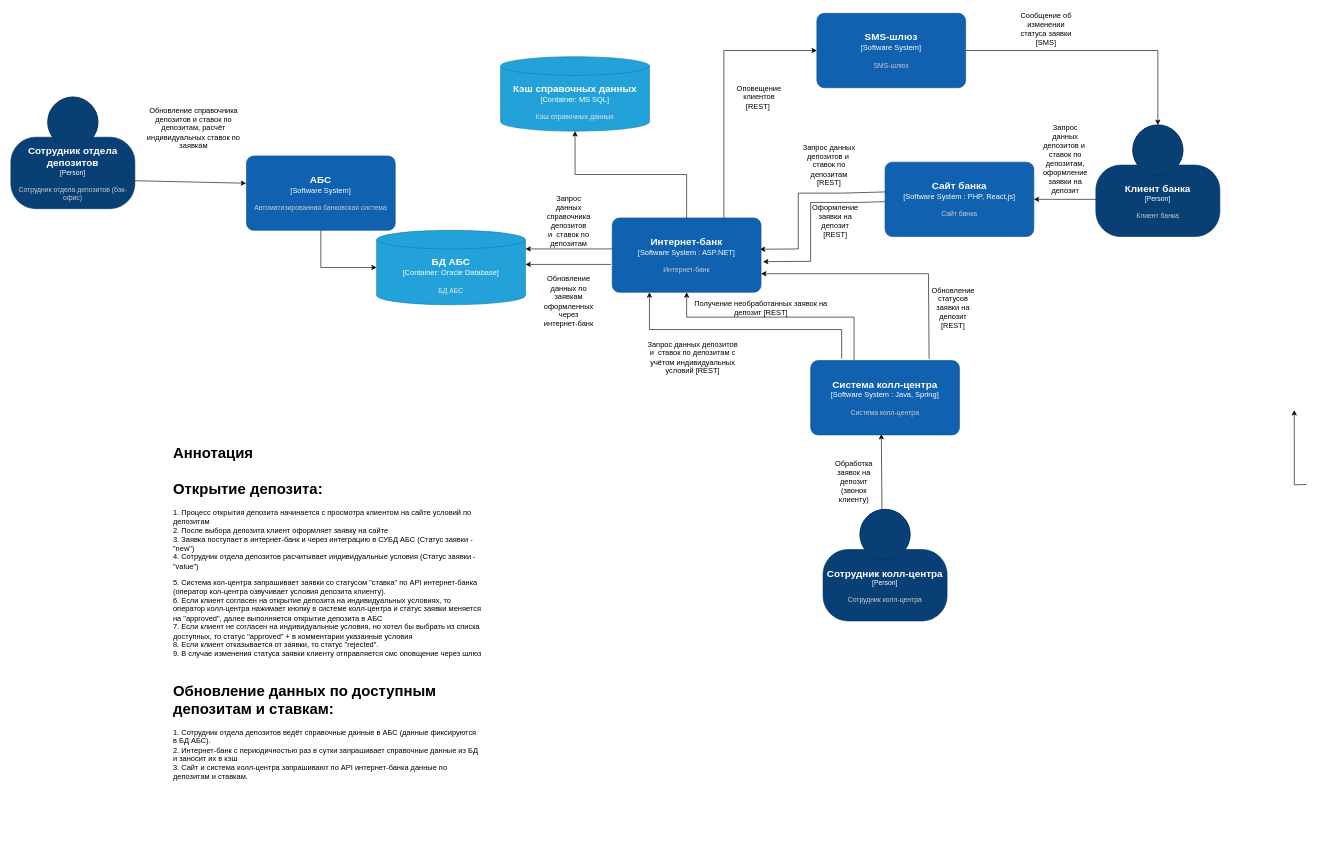
Before: Task3/Диаграмма контекста.drawio in Laborant90/architecture-standart, a draw.io diagram. Source tidied: cells renumbered, new cells numbered last; positions are measured from the earlier drawing's top-left corner, leaving out a move shared by most shapes. Both pictures are drawn from the tidied source at 62%, with x=0, y=0 at pixel (11, 13).
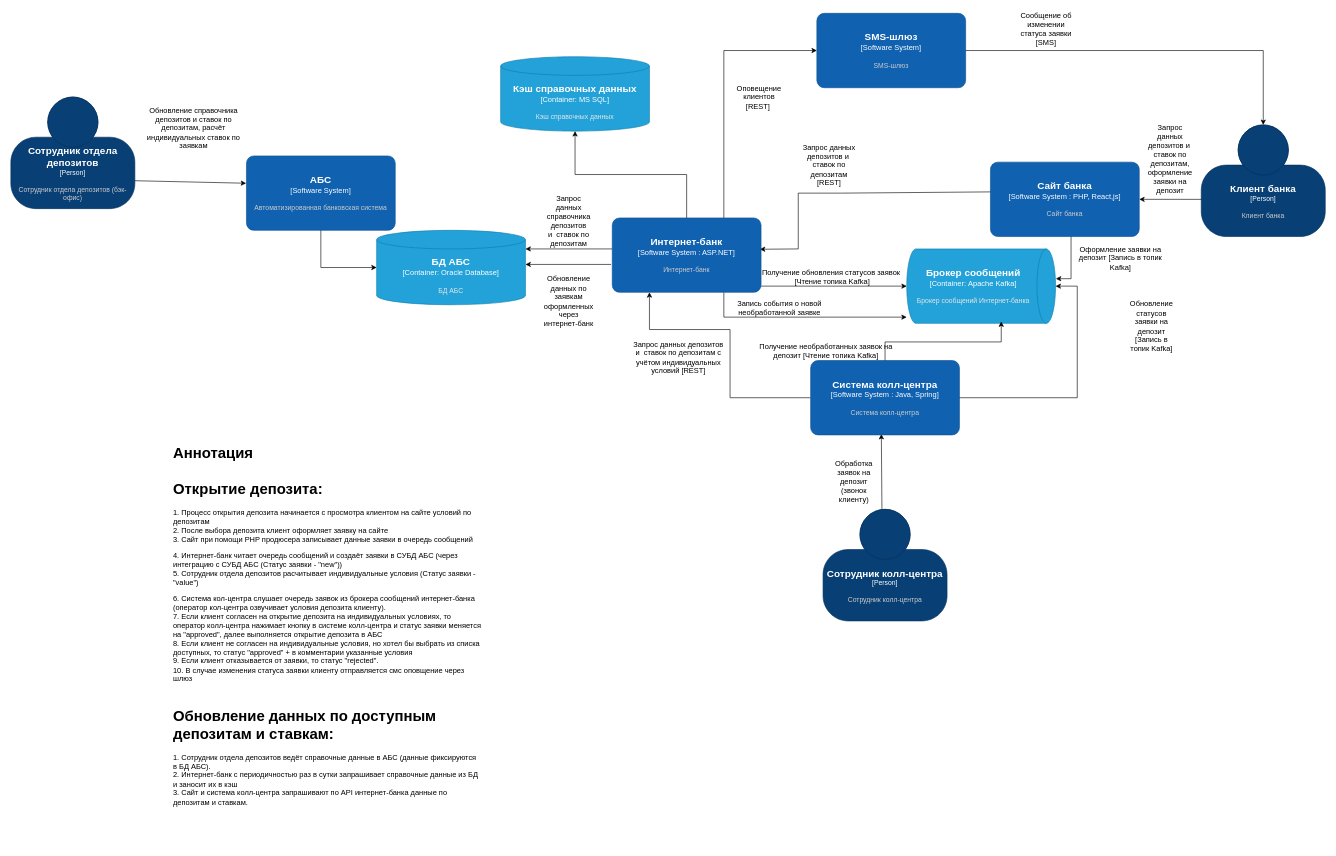
The same diagram, later.

Unchanged cells that the change refers to:
```xml
<object id="27" label="&lt;font style=&quot;font-size: 16px&quot;&gt;&lt;b&gt;%c4Name%&lt;/b&gt;&lt;/font&gt;&lt;div&gt;[%c4Type%]&lt;/div&gt;&lt;br&gt;&lt;div&gt;&lt;font style=&quot;font-size: 11px&quot;&gt;&lt;font color=&quot;#cccccc&quot;&gt;%c4Description%&lt;/font&gt;&lt;/div&gt;" c4Description="Интернет-банк" c4Name="Интернет-банк" c4Type="Software System : ASP.NET" placeholders="1">
  <mxCell style="rounded=1;whiteSpace=wrap;html=1;labelBackgroundColor=none;fillColor=#1061B0;fontColor=#ffffff;align=center;arcSize=10;strokeColor=#0D5091;points=[[0.25,0,0],[0.5,0,0],[0.75,0,0],[1,0.25,0],[1,0.5,0],[1,0.75,0],[0.75,1,0],[0.5,1,0],[0.25,1,0],[0,0.75,0],[0,0.5,0],[0,0.25,0]];" parent="1" vertex="1">
    <mxGeometry x="970" y="330" width="240" height="120" as="geometry" />
  </mxCell>
</object>
<object id="32" label="&lt;font style=&quot;font-size: 16px&quot;&gt;&lt;b&gt;%c4Name%&lt;/b&gt;&lt;/font&gt;&lt;div&gt;[%c4Type%]&lt;/div&gt;&lt;br&gt;&lt;div&gt;&lt;font style=&quot;font-size: 11px&quot;&gt;&lt;font color=&quot;#cccccc&quot;&gt;%c4Description%&lt;/font&gt;&lt;/div&gt;" c4Description="Система колл-центра" c4Name="Система колл-центра" c4Type="Software System : Java, Spring" placeholders="1">
  <mxCell style="rounded=1;whiteSpace=wrap;html=1;labelBackgroundColor=none;fillColor=#1061B0;fontColor=#ffffff;align=center;arcSize=10;strokeColor=#0D5091;points=[[0.25,0,0],[0.5,0,0],[0.75,0,0],[1,0.25,0],[1,0.5,0],[1,0.75,0],[0.75,1,0],[0.5,1,0],[0.25,1,0],[0,0.75,0],[0,0.5,0],[0,0.25,0]];" parent="1" vertex="1">
    <mxGeometry x="1290" y="560" width="240" height="120" as="geometry" />
  </mxCell>
</object>
```

The edit, as a diff of the source:
```diff
@@
     <mxCell id="9" value="Запрос данных депозитов и&amp;nbsp; ставок по депозитам, оформление заявки на депозит" style="text;html=1;align=center;verticalAlign=middle;whiteSpace=wrap;rounded=0;" parent="1" vertex="1">
-      <mxGeometry x="1670.5" y="220" width="60" height="30" as="geometry" />
+      <mxGeometry x="1840" y="220" width="60" height="30" as="geometry" />
     </mxCell>
-    <mxCell id="10" style="endArrow=classic;html=1;rounded=0;entryX=1.013;entryY=0.588;entryDx=0;entryDy=0;entryPerimeter=0;" parent="1" edge="1" source="31" target="27">
-      <mxGeometry relative="1" as="geometry">
-        <Array as="points">
-          <mxPoint x="1370" y="305" />
-          <mxPoint x="1290" y="305" />
-          <mxPoint x="1290" y="400" />
-        </Array>
-      </mxGeometry>
-    </mxCell>
-    <mxCell id="11" value="Оформление заявки на депозит [REST]" style="text;html=1;align=center;verticalAlign=middle;whiteSpace=wrap;rounded=0;" parent="1" vertex="1">
-      <mxGeometry x="1300" y="320" width="60" height="30" as="geometry" />
+    <mxCell id="11" value="Оформление заявки на депозит [Запись в топик Kafka]" style="text;html=1;align=center;verticalAlign=middle;whiteSpace=wrap;rounded=0;" parent="1" vertex="1">
+      <mxGeometry x="1720" y="380" width="140" height="30" as="geometry" />
     </mxCell>
-    <mxCell id="12" style="endArrow=classic;html=1;rounded=0;entryX=0.5;entryY=1;entryDx=0;entryDy=0;entryPerimeter=0;" parent="1" edge="1" target="27">
-      <mxGeometry relative="1" as="geometry">
-        <mxPoint x="1360" y="559" as="sourcePoint" />
-        <Array as="points">
-          <mxPoint x="1360" y="490" />
-          <mxPoint x="1090" y="490" />
-        </Array>
-      </mxGeometry>
-    </mxCell>
-    <mxCell id="13" value="Получение необработанных заявок на депозит [REST]" style="text;html=1;align=center;verticalAlign=middle;whiteSpace=wrap;rounded=0;" parent="1" vertex="1">
-      <mxGeometry x="1100" y="460" width="220" height="30" as="geometry" />
-    </mxCell>
-    <mxCell id="14" style="endArrow=classic;html=1;rounded=0;entryX=1;entryY=0.75;entryDx=0;entryDy=0;exitX=0.796;exitY=-0.021;exitDx=0;exitDy=0;entryPerimeter=0;exitPerimeter=0;" parent="1" edge="1" source="32" target="27">
-      <mxGeometry relative="1" as="geometry">
-        <Array as="points">
-          <mxPoint x="1480" y="420" />
-          <mxPoint x="1290" y="420" />
-        </Array>
-      </mxGeometry>
-    </mxCell>
-    <mxCell id="15" value="Обновление статусов заявки на депозит [REST]" style="text;html=1;align=center;verticalAlign=middle;whiteSpace=wrap;rounded=0;" parent="1" vertex="1">
-      <mxGeometry x="1490" y="460" width="60" height="30" as="geometry" />
+    <mxCell id="15" value="Обновление статусов заявки на депозит [Запись в топик Kafka]" style="text;html=1;align=center;verticalAlign=middle;whiteSpace=wrap;rounded=0;" parent="1" vertex="1">
+      <mxGeometry x="1810" y="490" width="60" height="30" as="geometry" />
     </mxCell>
@@
     <mxCell id="18" value="Запрос данных депозитов и&amp;nbsp; ставок по депозитам с учётом индивидуальных условий [REST]" style="text;html=1;align=center;verticalAlign=middle;whiteSpace=wrap;rounded=0;" parent="1" vertex="1">
-      <mxGeometry x="1020" y="540" width="160" height="30" as="geometry" />
+      <mxGeometry x="997" y="540" width="160" height="30" as="geometry" />
     </mxCell>
-    <mxCell id="19" style="endArrow=classic;html=1;rounded=0;entryX=0.25;entryY=1;entryDx=0;entryDy=0;entryPerimeter=0;" parent="1" edge="1" target="27">
+    <mxCell id="19" style="endArrow=classic;html=1;rounded=0;entryX=0.25;entryY=1;entryDx=0;entryDy=0;entryPerimeter=0;exitX=0;exitY=0.5;exitDx=0;exitDy=0;exitPerimeter=0;" parent="1" edge="1" source="32" target="27">
       <mxGeometry relative="1" as="geometry">
-        <mxPoint x="1340" y="557" as="sourcePoint" />
         <Array as="points">
-          <mxPoint x="1340" y="510" />
+          <mxPoint x="1160" y="620" />
+          <mxPoint x="1160" y="510" />
           <mxPoint x="1030" y="510" />
         </Array>
       </mxGeometry>
     </mxCell>
@@
-    <mxCell id="22" value="&lt;h1 style=&quot;margin-top: 0px;&quot;&gt;Аннотация&lt;br&gt;&lt;br&gt;Открытие депозита:&lt;/h1&gt;&lt;p&gt;1. Процесс открытия депозита начинается с просмотра клиентом на сайте условий по депозитам&lt;br&gt;&lt;span style=&quot;background-color: transparent; color: light-dark(rgb(0, 0, 0), rgb(255, 255, 255));&quot;&gt;2. После выбора депозита клиент оформляет заявку на сайте&lt;br&gt;3. Заявка поступает в интернет-банк и через интеграцию в СУБД АБС&lt;/span&gt;&lt;span style=&quot;background-color: transparent; color: light-dark(rgb(0, 0, 0), rgb(255, 255, 255));&quot;&gt;&amp;nbsp;(Статус заявки - &quot;new&quot;)&lt;br&gt;4. Сотрудник отдела депозитов расчитывает индивидуальные условия (Статус заявки - &quot;value&quot;)&lt;br&gt;&lt;/span&gt;&lt;/p&gt;&lt;p&gt;&lt;span style=&quot;background-color: transparent; color: light-dark(rgb(0, 0, 0), rgb(255, 255, 255));&quot;&gt;5. Система кол-центра запрашивает заявки со статусом &quot;ставка&quot; по API интернет-банка (оператор кол-центра озвучивает условия депозита клиенту).&lt;br&gt;6. Если клиент согласен на открытие депозита на индивидуальных условиях, то оператор колл-центра нажимает кнопку в системе колл-центра и статус заявки меняется на &quot;approved&quot;, далее выполняется открытие депозита в АБС&lt;br&gt;7. Если клиент не согласен на индивидуальные условия, но хотел бы выбрать из списка доступных, то статус &quot;approved&quot; + в комментарии указанные условия&lt;br&gt;8. Если клиент отказывается от заявки, то статус &quot;rejected&quot;.&lt;br&gt;9. В случае изменения статуса заявки клиенту отправляется смс оповщение через шлюз&lt;/span&gt;&lt;/p&gt;&lt;p&gt;&lt;span style=&quot;background-color: transparent; color: light-dark(rgb(0, 0, 0), rgb(255, 255, 255));&quot;&gt;&lt;br&gt;&lt;/span&gt;&lt;/p&gt;&lt;h1 style=&quot;margin-top: 0px;&quot;&gt;Обновление данных по доступным депозитам и ставкам:&lt;/h1&gt;&lt;p&gt;1.&amp;nbsp;&lt;span style=&quot;background-color: transparent; color: light-dark(rgb(0, 0, 0), rgb(255, 255, 255));&quot;&gt;Сотрудник отдела депозитов ведёт справочные данные в АБС (данные фиксируются в БД АБС).&lt;br&gt;2. Интернет-банк с периодичностью раз в сутки запрашивает справочные данные из БД и заносит их в кэш&lt;br&gt;3. Сайт и система колл-центра запрашивают по API интернет-банка данные по депозитам и ставкам.&lt;/span&gt;&lt;/p&gt;" style="text;html=1;whiteSpace=wrap;overflow=hidden;rounded=0;" parent="1" vertex="1">
+    <mxCell id="22" value="&lt;h1 style=&quot;margin-top: 0px;&quot;&gt;Аннотация&lt;br&gt;&lt;br&gt;Открытие депозита:&lt;/h1&gt;&lt;p&gt;1. Процесс открытия депозита начинается с просмотра клиентом на сайте условий по депозитам&lt;br&gt;&lt;span style=&quot;background-color: transparent; color: light-dark(rgb(0, 0, 0), rgb(255, 255, 255));&quot;&gt;2. После выбора депозита клиент оформляет заявку на сайте&lt;br&gt;3. Сайт при помощи PHP продюсера записывает данные заявки в очередь сообщений&lt;/span&gt;&lt;/p&gt;&lt;p&gt;&lt;span style=&quot;background-color: transparent; color: light-dark(rgb(0, 0, 0), rgb(255, 255, 255));&quot;&gt;4. Интернет-банк читает очередь сообщений и создаёт заявки в СУБД АБС (через интеграцию с СУБД АБС&lt;/span&gt;&lt;span style=&quot;background-color: transparent; color: light-dark(rgb(0, 0, 0), rgb(255, 255, 255));&quot;&gt;&amp;nbsp;(Статус заявки - &quot;new&quot;))&lt;br&gt;5. Сотрудник отдела депозитов расчитывает индивидуальные условия (Статус заявки - &quot;value&quot;)&lt;br&gt;&lt;/span&gt;&lt;/p&gt;&lt;p&gt;&lt;span style=&quot;background-color: transparent; color: light-dark(rgb(0, 0, 0), rgb(255, 255, 255));&quot;&gt;6. Система кол-центра слушает очередь заявок из брокера сообщений интернет-банка (оператор кол-центра озвучивает условия депозита клиенту).&lt;br&gt;7. Если клиент согласен на открытие депозита на индивидуальных условиях, то оператор колл-центра нажимает кнопку в системе колл-центра и статус заявки меняется на &quot;approved&quot;, далее выполняется открытие депозита в АБС&lt;br&gt;8. Если клиент не согласен на индивидуальные условия, но хотел бы выбрать из списка доступных, то статус &quot;approved&quot; + в комментарии указанные условия&lt;br&gt;9. Если клиент отказывается от заявки, то статус &quot;rejected&quot;.&lt;br&gt;10. В случае изменения статуса заявки клиенту отправляется смс оповщение через шлюз&lt;/span&gt;&lt;/p&gt;&lt;p&gt;&lt;span style=&quot;background-color: transparent; color: light-dark(rgb(0, 0, 0), rgb(255, 255, 255));&quot;&gt;&lt;br&gt;&lt;/span&gt;&lt;/p&gt;&lt;h1 style=&quot;margin-top: 0px;&quot;&gt;Обновление данных по доступным депозитам и ставкам:&lt;/h1&gt;&lt;p&gt;1.&amp;nbsp;&lt;span style=&quot;background-color: transparent; color: light-dark(rgb(0, 0, 0), rgb(255, 255, 255));&quot;&gt;Сотрудник отдела депозитов ведёт справочные данные в АБС (данные фиксируются в БД АБС).&lt;br&gt;2. Интернет-банк с периодичностью раз в сутки запрашивает справочные данные из БД и заносит их в кэш&lt;br&gt;3. Сайт и система колл-центра запрашивают по API интернет-банка данные по депозитам и ставкам.&lt;/span&gt;&lt;/p&gt;" style="text;html=1;whiteSpace=wrap;overflow=hidden;rounded=0;" parent="1" vertex="1">
       <mxGeometry x="260" y="689" width="500" height="650" as="geometry" />
     </mxCell>
@@
+    <mxCell id="40" style="edgeStyle=orthogonalEdgeStyle;rounded=0;jettySize=auto;html=1;exitX=0.75;exitY=1;exitDx=0;exitDy=0;exitPerimeter=0;" parent="1" edge="1" source="27" target="42">
+      <mxGeometry relative="1" as="geometry">
+        <Array as="points">
+          <mxPoint x="1150" y="490" />
+        </Array>
+      </mxGeometry>
+    </mxCell>
+    <mxCell id="41" style="edgeStyle=orthogonalEdgeStyle;rounded=0;jettySize=auto;html=1;" parent="1" edge="1" source="27" target="42">
+      <mxGeometry relative="1" as="geometry">
+        <Array as="points">
+          <mxPoint x="1270" y="440" />
+          <mxPoint x="1270" y="440" />
+        </Array>
+      </mxGeometry>
+    </mxCell>
@@
     <object id="30" label="&lt;font style=&quot;font-size: 16px&quot;&gt;&lt;b&gt;%c4Name%&lt;/b&gt;&lt;/font&gt;&lt;div&gt;[%c4Type%]&lt;/div&gt;&lt;br&gt;&lt;div&gt;&lt;font style=&quot;font-size: 11px&quot;&gt;&lt;font color=&quot;#cccccc&quot;&gt;%c4Description%&lt;/font&gt;&lt;/div&gt;" c4Description="Клиент банка" c4Name="Клиент банка" c4Type="Person" placeholders="1">
       <mxCell style="html=1;fontSize=11;dashed=0;whiteSpace=wrap;fillColor=#083F75;strokeColor=#06315C;fontColor=#ffffff;shape=mxgraph.c4.person2;align=center;points=[[0.5,0,0],[1,0.5,0],[1,0.75,0],[0.75,1,0],[0.5,1,0],[0.25,1,0],[0,0.75,0],[0,0.5,0]];" parent="1" vertex="1">
-        <mxGeometry x="1750" y="180" width="200" height="180" as="geometry" />
+        <mxGeometry x="1920" y="180" width="200" height="180" as="geometry" />
       </mxCell>
     </object>
     <object id="31" label="&lt;font style=&quot;font-size: 16px&quot;&gt;&lt;b&gt;%c4Name%&lt;/b&gt;&lt;/font&gt;&lt;div&gt;[%c4Type%]&lt;/div&gt;&lt;br&gt;&lt;div&gt;&lt;font style=&quot;font-size: 11px&quot;&gt;&lt;font color=&quot;#cccccc&quot;&gt;%c4Description%&lt;/font&gt;&lt;/div&gt;" c4Description="Сайт банка" c4Name="Сайт банка" c4Type="Software System : PHP, React,js" placeholders="1">
       <mxCell style="rounded=1;whiteSpace=wrap;html=1;labelBackgroundColor=none;fillColor=#1061B0;fontColor=#ffffff;align=center;arcSize=10;strokeColor=#0D5091;points=[[0.25,0,0],[0.5,0,0],[0.75,0,0],[1,0.25,0],[1,0.5,0],[1,0.75,0],[0.75,1,0],[0.5,1,0],[0.25,1,0],[0,0.75,0],[0,0.5,0],[0,0.25,0]];" parent="1" vertex="1">
-        <mxGeometry x="1410" y="240" width="240" height="120" as="geometry" />
+        <mxGeometry x="1580" y="240" width="240" height="120" as="geometry" />
       </mxCell>
     </object>
@@
-    <mxCell id="34" style="edgeStyle=orthogonalEdgeStyle;rounded=0;orthogonalLoop=1;jettySize=auto;html=1;entryX=0.5;entryY=1;entryDx=0;entryDy=0;entryPerimeter=0;" parent="1" edge="1">
-      <mxGeometry relative="1" as="geometry">
-        <mxPoint x="2090.1" y="760" as="sourcePoint" />
-        <mxPoint x="2070" y="640" as="targetPoint" />
-      </mxGeometry>
-    </mxCell>
@@
+    <object id="42" label="&lt;font style=&quot;font-size: 16px&quot;&gt;&lt;b&gt;%c4Name%&lt;/b&gt;&lt;/font&gt;&lt;div&gt;[%c4Type%:&amp;nbsp;%c4Technology%]&lt;/div&gt;&lt;br&gt;&lt;div&gt;&lt;font style=&quot;font-size: 11px&quot;&gt;&lt;font color=&quot;#E6E6E6&quot;&gt;%c4Description%&lt;/font&gt;&lt;/div&gt;" c4Description="Брокер сообщений Интернет-банка" c4Name="Брокер сообщений" c4Technology="Apache Kafka" c4Type="Container" placeholders="1">
+      <mxCell style="shape=cylinder3;size=15;direction=south;whiteSpace=wrap;html=1;boundedLbl=1;rounded=0;labelBackgroundColor=none;fillColor=#23A2D9;fontSize=12;fontColor=#ffffff;align=center;strokeColor=#0E7DAD;points=[[0.5,0,0],[1,0.25,0],[1,0.5,0],[1,0.75,0],[0.5,1,0],[0,0.75,0],[0,0.5,0],[0,0.25,0]];" parent="1" vertex="1">
+        <mxGeometry x="1445" y="380" width="240" height="120" as="geometry" />
+      </mxCell>
+    </object>
+    <mxCell id="43" style="edgeStyle=orthogonalEdgeStyle;rounded=0;jettySize=auto;html=1;entryX=0.5;entryY=0;entryDx=0;entryDy=0;entryPerimeter=0;" parent="1" edge="1" source="32" target="42">
+      <mxGeometry relative="1" as="geometry">
+        <Array as="points">
+          <mxPoint x="1720" y="620" />
+          <mxPoint x="1720" y="440" />
+        </Array>
+      </mxGeometry>
+    </mxCell>
+    <mxCell id="44" value="Запись события о новой необработанной заявке" style="text;html=1;align=center;verticalAlign=middle;whiteSpace=wrap;rounded=0;" parent="1" vertex="1">
+      <mxGeometry x="1150" y="460" width="180" height="30" as="geometry" />
+    </mxCell>
+    <mxCell id="45" value="Получение необработанных заявок на депозит [Чтение топика Kafka]" style="text;html=1;align=center;verticalAlign=middle;whiteSpace=wrap;rounded=0;" parent="1" vertex="1">
+      <mxGeometry x="1200" y="530" width="230" height="30" as="geometry" />
+    </mxCell>
+    <mxCell id="46" value="Получение обновления статусов заявок&amp;nbsp; [Чтение топика Kafka]" style="text;html=1;align=center;verticalAlign=middle;whiteSpace=wrap;rounded=0;" parent="1" vertex="1">
+      <mxGeometry x="1210" y="410" width="230" height="30" as="geometry" />
+    </mxCell>
+    <mxCell id="47" style="edgeStyle=orthogonalEdgeStyle;rounded=0;jettySize=auto;html=1;entryX=0.975;entryY=0.365;entryDx=0;entryDy=0;entryPerimeter=0;" parent="1" edge="1" source="32" target="42">
+      <mxGeometry relative="1" as="geometry" />
+    </mxCell>
+    <mxCell id="48" style="edgeStyle=orthogonalEdgeStyle;rounded=0;jettySize=auto;html=1;entryX=0.4;entryY=-0.002;entryDx=0;entryDy=0;entryPerimeter=0;" parent="1" edge="1" source="31" target="42">
+      <mxGeometry relative="1" as="geometry">
+        <Array as="points">
+          <mxPoint x="1710" y="428" />
+        </Array>
+      </mxGeometry>
+    </mxCell>
```
